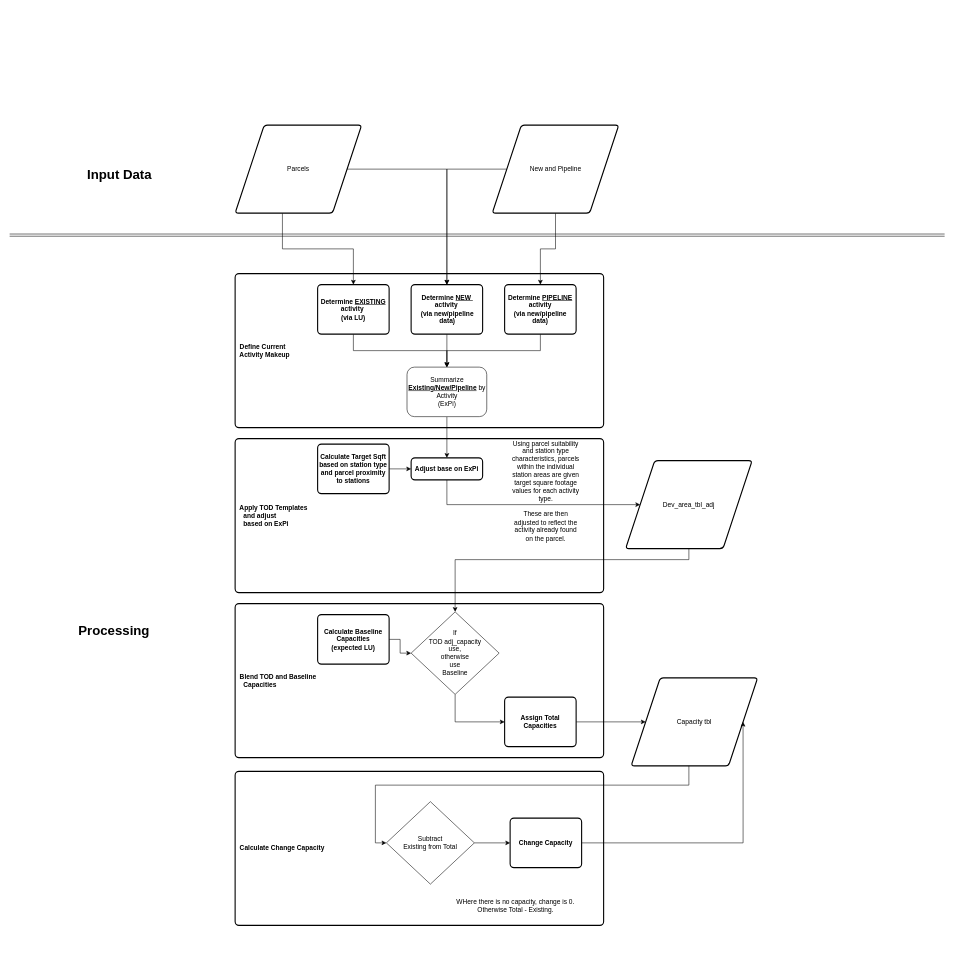
Before: page "Calculate Change Capacity" (3 of 4) of AllocationProcess.drawio in renaissanceplanning/LCBRT_TOD, a draw.io diagram. Source tidied: cells renumbered, new cells numbered last; positions are measured from the earlier drawing's top-left corner, leaving out a move shared by most shapes. Both pictures are drawn from the tidied source at 55%, with x=0, y=0 at pixel (9, 125).
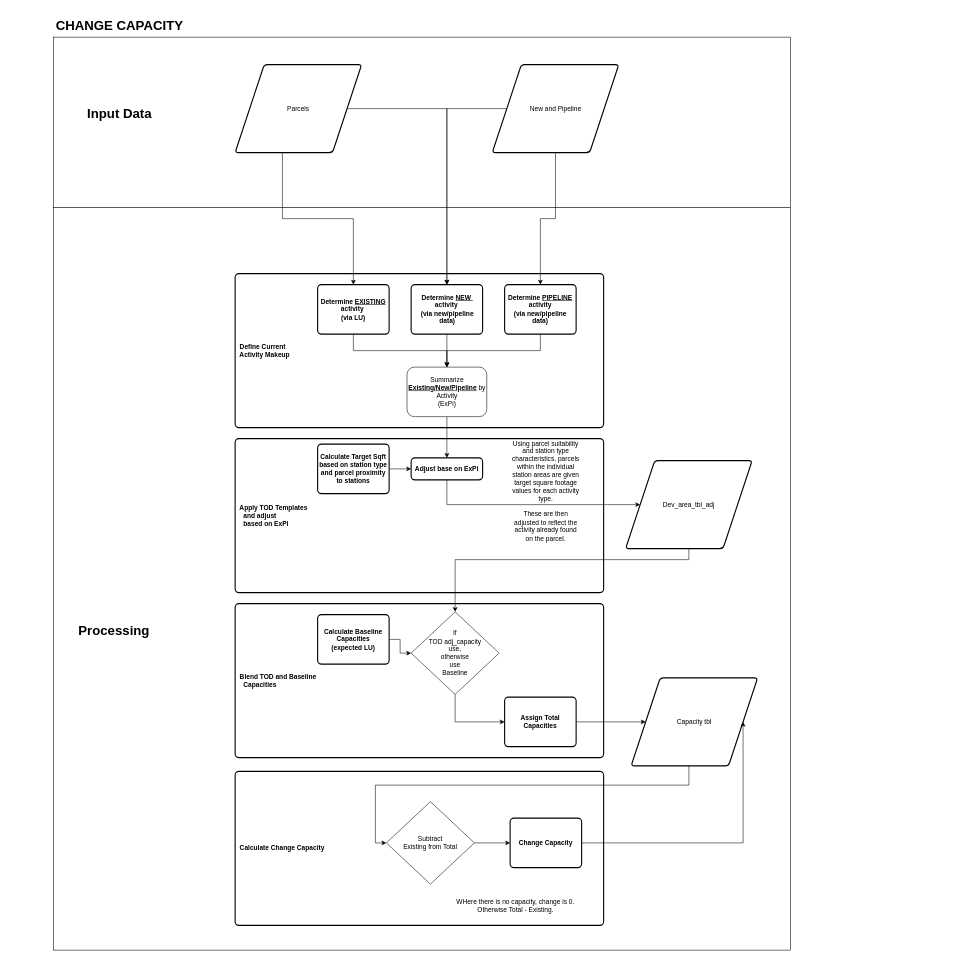
The same page after the edit.

Diff of the diagram source:
```diff
@@
+    <mxCell id="43" style="rounded=0;whiteSpace=wrap;html=1;" parent="1" vertex="1">
+      <mxGeometry x="80" y="150" width="1340" height="1350" as="geometry" />
+    </mxCell>
+    <mxCell id="44" style="rounded=0;whiteSpace=wrap;html=1;" parent="1" vertex="1">
+      <mxGeometry x="80" y="-160" width="1340" height="310" as="geometry" />
+    </mxCell>
@@
     <mxCell id="17" value="Parcels" style="shape=parallelogram;html=1;strokeWidth=2;perimeter=parallelogramPerimeter;whiteSpace=wrap;rounded=1;arcSize=12;size=0.23;" parent="1" vertex="1">
-      <mxGeometry x="410" width="230" height="160" as="geometry" />
+      <mxGeometry x="410" y="-110" width="230" height="160" as="geometry" />
     </mxCell>
@@
     <mxCell id="20" value="New and Pipeline" style="shape=parallelogram;html=1;strokeWidth=2;perimeter=parallelogramPerimeter;whiteSpace=wrap;rounded=1;arcSize=12;size=0.23;" parent="1" vertex="1">
-      <mxGeometry x="877.5" width="230" height="160" as="geometry" />
+      <mxGeometry x="877.5" y="-110" width="230" height="160" as="geometry" />
     </mxCell>
@@
-    <mxCell id="40" style="shape=link;html=1;" parent="1" edge="1">
-      <mxGeometry relative="1" as="geometry">
-        <mxPoint y="200" as="sourcePoint" />
-        <mxPoint x="1700" y="200" as="targetPoint" />
-      </mxGeometry>
-    </mxCell>
     <mxCell id="41" value="&lt;h1&gt;Input Data&lt;/h1&gt;" style="text;html=1;strokeColor=none;fillColor=none;align=center;verticalAlign=middle;whiteSpace=wrap;rounded=0;" parent="1" vertex="1">
-      <mxGeometry x="120" y="80" width="160" height="20" as="geometry" />
+      <mxGeometry x="120" y="-30" width="160" height="20" as="geometry" />
     </mxCell>
@@
+    <mxCell id="45" value="&lt;h1&gt;CHANGE CAPACITY&lt;/h1&gt;" style="text;html=1;strokeColor=none;fillColor=none;align=center;verticalAlign=middle;whiteSpace=wrap;rounded=0;" parent="1" vertex="1">
+      <mxGeometry x="80" y="-190" width="240" height="20" as="geometry" />
+    </mxCell>
```
